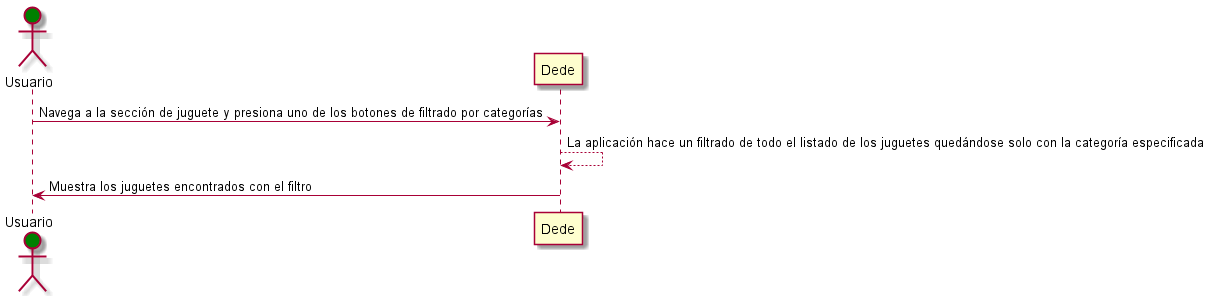
The PlantUML diagram images/FiltrarProducto.png in Arquisoft/dede_es2a, before a commit.
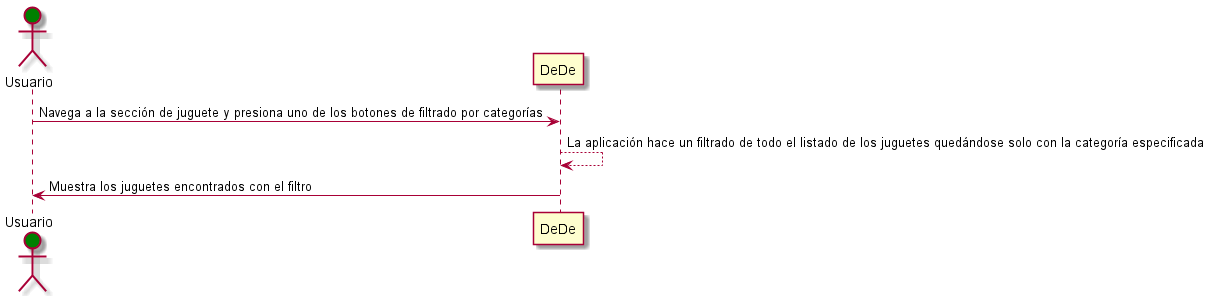
Later version of the same file.

Change to the diagram source:
```diff
@@ -1,6 +1,6 @@
 @startuml
 actor Usuario #green
-Usuario -> Dede: Navega a la sección de juguete y presiona uno de los botones de filtrado por categorías
-Dede --> Dede: La aplicación hace un filtrado de todo el listado de los juguetes quedándose solo con la categoría especificada
-Usuario <- Dede: Muestra los juguetes encontrados con el filtro
+Usuario -> DeDe: Navega a la sección de juguete y presiona uno de los botones de filtrado por categorías
+DeDe --> DeDe: La aplicación hace un filtrado de todo el listado de los juguetes quedándose solo con la categoría especificada
+Usuario <- DeDe: Muestra los juguetes encontrados con el filtro
 @enduml
```
